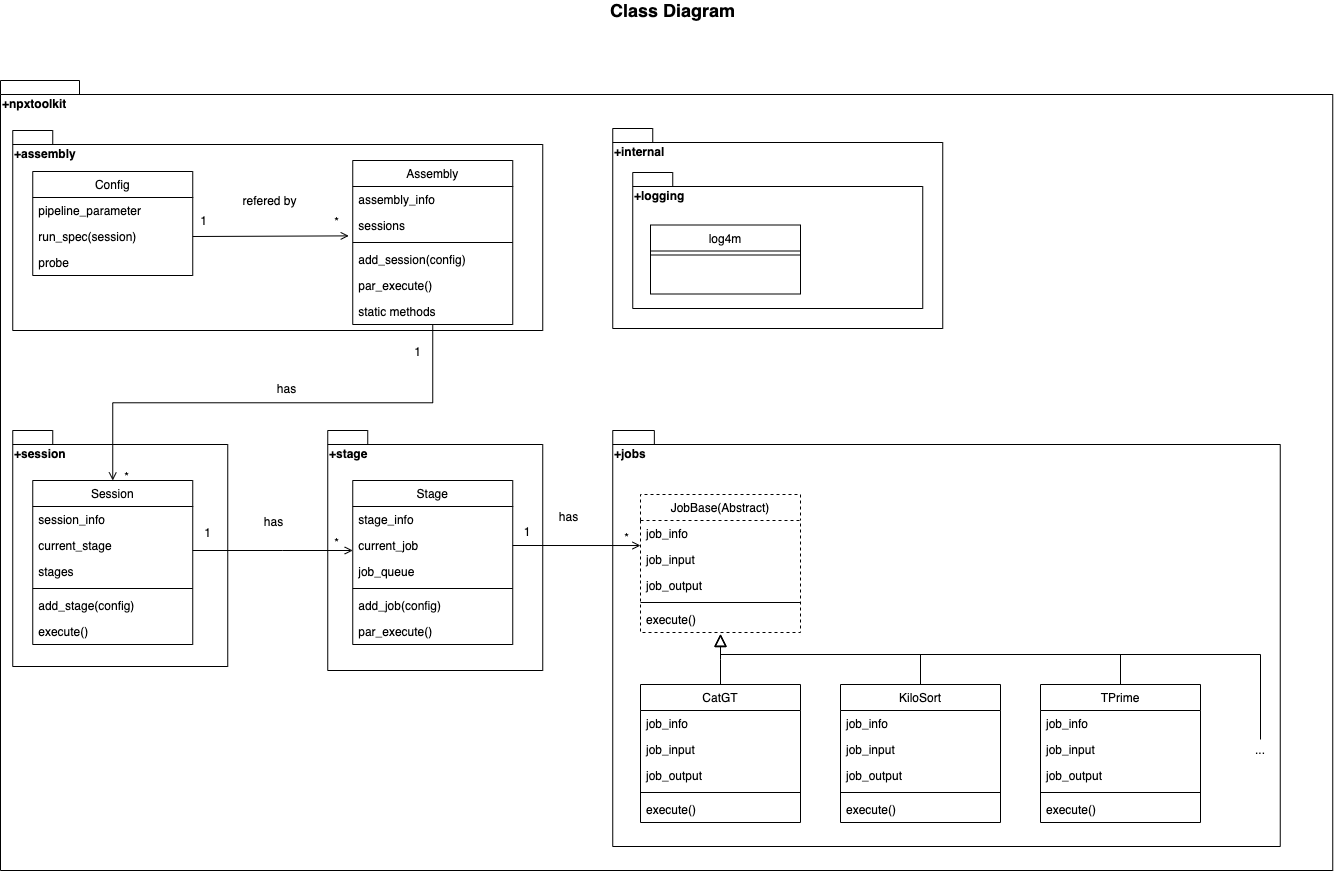
Before: docs/class_diagram.drawio.png, a diagram exported from draw.io (MATLAB-Community-Toolboxes-at-INCF/neuropixels-toolkit). Source tidied: cells renumbered, new cells last; positions are measured from the earlier drawing's top-left corner, leaving out a move shared by most shapes.
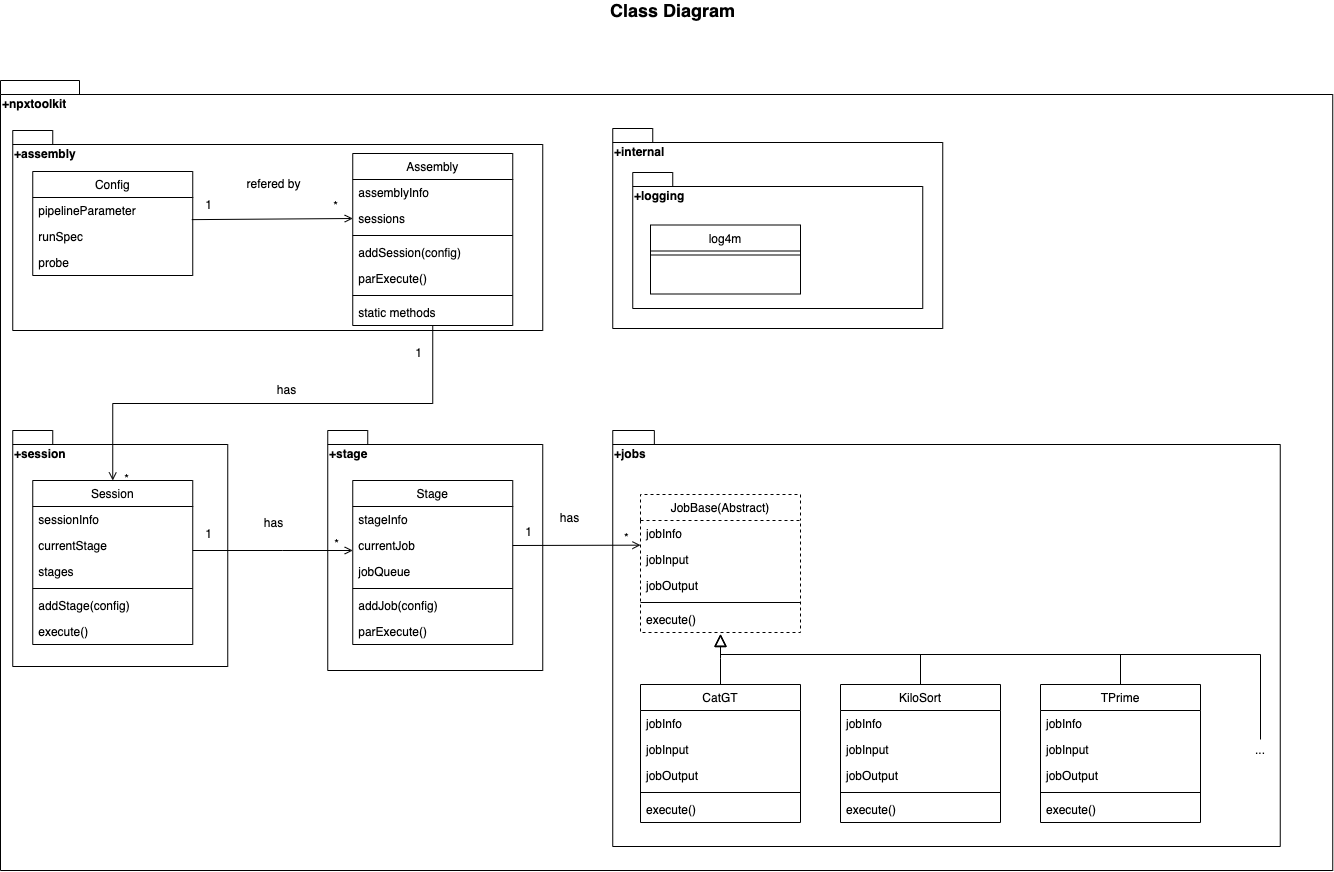
The same file after the commit.

Commit message:
update class/property/method with camelCase | fix few indent shift

The edit, as a diff of the source:
```diff
@@ -20,19 +20,19 @@
     <mxCell id="7" value="Config" style="swimlane;fontStyle=0;align=center;verticalAlign=top;horizontal=1;startSize=26;rounded=0;shadow=0;strokeWidth=1;" parent="1" vertex="1">
       <mxGeometry x="32.2" y="171" width="160" height="104" as="geometry" />
     </mxCell>
-    <mxCell id="8" value="pipeline_parameter" style="text;align=left;verticalAlign=top;spacingLeft=4;spacingRight=4;overflow=hidden;rounded=0;shadow=0;html=0;" parent="7" vertex="1">
+    <mxCell id="8" value="pipelineParameter" style="text;align=left;verticalAlign=top;spacingLeft=4;spacingRight=4;overflow=hidden;rounded=0;shadow=0;html=0;" parent="7" vertex="1">
       <mxGeometry y="26" width="160" height="26" as="geometry" />
     </mxCell>
-    <mxCell id="9" value="run_spec(session)" style="text;align=left;verticalAlign=top;spacingLeft=4;spacingRight=4;overflow=hidden;points=[[0,0.5],[1,0.5]];portConstraint=eastwest;rounded=0;shadow=0;html=0;" parent="7" vertex="1">
+    <mxCell id="9" value="runSpec" style="text;align=left;verticalAlign=top;spacingLeft=4;spacingRight=4;overflow=hidden;points=[[0,0.5],[1,0.5]];portConstraint=eastwest;rounded=0;shadow=0;html=0;" parent="7" vertex="1">
       <mxGeometry y="52" width="160" height="26" as="geometry" />
     </mxCell>
     <mxCell id="10" value="probe" style="text;align=left;verticalAlign=top;spacingLeft=4;spacingRight=4;overflow=hidden;rounded=0;shadow=0;html=0;" parent="7" vertex="1">
       <mxGeometry y="78" width="160" height="26" as="geometry" />
     </mxCell>
     <mxCell id="11" value="Assembly" style="swimlane;fontStyle=0;align=center;verticalAlign=top;horizontal=1;startSize=26;rounded=0;shadow=0;strokeWidth=1;" parent="1" vertex="1">
-      <mxGeometry x="352.2" y="160" width="160" height="164" as="geometry" />
+      <mxGeometry x="352.2" y="153" width="160" height="172" as="geometry" />
     </mxCell>
-    <mxCell id="12" value="assembly_info" style="text;align=left;verticalAlign=top;spacingLeft=4;spacingRight=4;overflow=hidden;rounded=0;shadow=0;html=0;" parent="11" vertex="1">
+    <mxCell id="12" value="assemblyInfo" style="text;align=left;verticalAlign=top;spacingLeft=4;spacingRight=4;overflow=hidden;rounded=0;shadow=0;html=0;" parent="11" vertex="1">
       <mxGeometry y="26" width="160" height="26" as="geometry" />
     </mxCell>
     <mxCell id="13" value="sessions" style="text;align=left;verticalAlign=top;spacingLeft=4;spacingRight=4;overflow=hidden;points=[[0,0.5],[1,0.5]];portConstraint=eastwest;rounded=0;shadow=0;html=0;" parent="11" vertex="1">
@@ -41,22 +41,25 @@
     <mxCell id="14" style="line;html=1;strokeWidth=1;align=left;verticalAlign=middle;spacingTop=-1;spacingLeft=3;spacingRight=3;labelPosition=right;" parent="11" vertex="1">
       <mxGeometry y="78" width="160" height="8" as="geometry" />
     </mxCell>
-    <mxCell id="15" value="add_session(config)" style="text;align=left;verticalAlign=top;spacingLeft=4;spacingRight=4;overflow=hidden;" parent="11" vertex="1">
+    <mxCell id="15" value="addSession(config)" style="text;align=left;verticalAlign=top;spacingLeft=4;spacingRight=4;overflow=hidden;" parent="11" vertex="1">
       <mxGeometry y="86" width="160" height="26" as="geometry" />
     </mxCell>
-    <mxCell id="16" value="par_execute()" style="text;align=left;verticalAlign=top;spacingLeft=4;spacingRight=4;overflow=hidden;" parent="11" vertex="1">
+    <mxCell id="16" value="parExecute()" style="text;align=left;verticalAlign=top;spacingLeft=4;spacingRight=4;overflow=hidden;" parent="11" vertex="1">
       <mxGeometry y="112" width="160" height="26" as="geometry" />
     </mxCell>
+    <mxCell id="82" style="line;html=1;strokeWidth=1;align=left;verticalAlign=middle;spacingTop=-1;spacingLeft=3;spacingRight=3;labelPosition=right;" parent="11" vertex="1">
+      <mxGeometry y="138" width="160" height="8" as="geometry" />
+    </mxCell>
     <mxCell id="17" value="static methods" style="text;align=left;verticalAlign=top;spacingLeft=4;spacingRight=4;overflow=hidden;" parent="11" vertex="1">
-      <mxGeometry y="138" width="160" height="26" as="geometry" />
+      <mxGeometry y="146" width="160" height="26" as="geometry" />
     </mxCell>
     <mxCell id="18" value="Session" style="swimlane;fontStyle=0;align=center;verticalAlign=top;horizontal=1;startSize=26;rounded=0;shadow=0;strokeWidth=1;" parent="1" vertex="1">
       <mxGeometry x="32.2" y="480" width="160" height="164" as="geometry" />
     </mxCell>
-    <mxCell id="19" value="session_info" style="text;align=left;verticalAlign=top;spacingLeft=4;spacingRight=4;overflow=hidden;rounded=0;shadow=0;html=0;" parent="18" vertex="1">
+    <mxCell id="19" value="sessionInfo" style="text;align=left;verticalAlign=top;spacingLeft=4;spacingRight=4;overflow=hidden;rounded=0;shadow=0;html=0;" parent="18" vertex="1">
       <mxGeometry y="26" width="160" height="26" as="geometry" />
     </mxCell>
-    <mxCell id="20" value="current_stage" style="text;align=left;verticalAlign=top;spacingLeft=4;spacingRight=4;overflow=hidden;rounded=0;shadow=0;html=0;" parent="18" vertex="1">
+    <mxCell id="20" value="currentStage" style="text;align=left;verticalAlign=top;spacingLeft=4;spacingRight=4;overflow=hidden;rounded=0;shadow=0;html=0;" parent="18" vertex="1">
       <mxGeometry y="52" width="160" height="26" as="geometry" />
     </mxCell>
     <mxCell id="21" value="stages" style="text;align=left;verticalAlign=top;spacingLeft=4;spacingRight=4;overflow=hidden;rounded=0;shadow=0;html=0;" parent="18" vertex="1">
@@ -65,7 +68,7 @@
     <mxCell id="22" style="line;html=1;strokeWidth=1;align=left;verticalAlign=middle;spacingTop=-1;spacingLeft=3;spacingRight=3;labelPosition=right;" parent="18" vertex="1">
       <mxGeometry y="104" width="160" height="8" as="geometry" />
     </mxCell>
-    <mxCell id="23" value="add_stage(config)" style="text;align=left;verticalAlign=top;spacingLeft=4;spacingRight=4;overflow=hidden;" parent="18" vertex="1">
+    <mxCell id="23" value="addStage(config)" style="text;align=left;verticalAlign=top;spacingLeft=4;spacingRight=4;overflow=hidden;" parent="18" vertex="1">
       <mxGeometry y="112" width="160" height="26" as="geometry" />
     </mxCell>
     <mxCell id="24" value="execute()" style="text;align=left;verticalAlign=top;spacingLeft=4;spacingRight=4;overflow=hidden;" parent="18" vertex="1">
@@ -74,25 +77,25 @@
     <mxCell id="25" value="Stage" style="swimlane;fontStyle=0;align=center;verticalAlign=top;horizontal=1;startSize=26;rounded=0;shadow=0;strokeWidth=1;" parent="1" vertex="1">
       <mxGeometry x="352.2" y="480" width="160" height="164" as="geometry" />
     </mxCell>
-    <mxCell id="26" value="stage_info" style="text;align=left;verticalAlign=top;spacingLeft=4;spacingRight=4;overflow=hidden;rounded=0;shadow=0;html=0;" parent="25" vertex="1">
+    <mxCell id="26" value="stageInfo" style="text;align=left;verticalAlign=top;spacingLeft=4;spacingRight=4;overflow=hidden;rounded=0;shadow=0;html=0;" parent="25" vertex="1">
       <mxGeometry y="26" width="160" height="26" as="geometry" />
     </mxCell>
-    <mxCell id="27" value="current_job" style="text;align=left;verticalAlign=top;spacingLeft=4;spacingRight=4;overflow=hidden;points=[[0,0.5],[1,0.5]];portConstraint=eastwest;rounded=0;shadow=0;html=0;" parent="25" vertex="1">
+    <mxCell id="27" value="currentJob" style="text;align=left;verticalAlign=top;spacingLeft=4;spacingRight=4;overflow=hidden;points=[[0,0.5],[1,0.5]];portConstraint=eastwest;rounded=0;shadow=0;html=0;" parent="25" vertex="1">
       <mxGeometry y="52" width="160" height="26" as="geometry" />
     </mxCell>
-    <mxCell id="28" value="job_queue" style="text;align=left;verticalAlign=top;spacingLeft=4;spacingRight=4;overflow=hidden;rounded=0;shadow=0;html=0;" parent="25" vertex="1">
+    <mxCell id="28" value="jobQueue" style="text;align=left;verticalAlign=top;spacingLeft=4;spacingRight=4;overflow=hidden;rounded=0;shadow=0;html=0;" parent="25" vertex="1">
       <mxGeometry y="78" width="160" height="26" as="geometry" />
     </mxCell>
     <mxCell id="29" style="line;html=1;strokeWidth=1;align=left;verticalAlign=middle;spacingTop=-1;spacingLeft=3;spacingRight=3;labelPosition=right;" parent="25" vertex="1">
       <mxGeometry y="104" width="160" height="8" as="geometry" />
     </mxCell>
-    <mxCell id="30" value="add_job(config)" style="text;align=left;verticalAlign=top;spacingLeft=4;spacingRight=4;overflow=hidden;" parent="25" vertex="1">
+    <mxCell id="30" value="addJob(config)" style="text;align=left;verticalAlign=top;spacingLeft=4;spacingRight=4;overflow=hidden;" parent="25" vertex="1">
       <mxGeometry y="112" width="160" height="26" as="geometry" />
     </mxCell>
-    <mxCell id="31" value="par_execute()" style="text;align=left;verticalAlign=top;spacingLeft=4;spacingRight=4;overflow=hidden;" parent="25" vertex="1">
+    <mxCell id="31" value="parExecute()" style="text;align=left;verticalAlign=top;spacingLeft=4;spacingRight=4;overflow=hidden;" parent="25" vertex="1">
       <mxGeometry y="138" width="160" height="26" as="geometry" />
     </mxCell>
-    <mxCell id="32" style="endArrow=open;shadow=0;strokeWidth=1;rounded=0;endFill=1;edgeStyle=elbowEdgeStyle;elbow=vertical;entryX=-0.025;entryY=0.899;entryDx=0;entryDy=0;exitX=1;exitY=0.5;exitDx=0;exitDy=0;entryPerimeter=0;" parent="1" edge="1" source="9" target="13">
+    <mxCell id="32" style="endArrow=open;shadow=0;strokeWidth=1;rounded=0;endFill=1;edgeStyle=elbowEdgeStyle;elbow=vertical;exitX=0.994;exitY=-0.149;exitDx=0;exitDy=0;entryX=0;entryY=0.5;entryDx=0;entryDy=0;exitPerimeter=0;" parent="1" edge="1" source="9" target="13">
       <mxGeometry x="0.5" y="41" relative="1" as="geometry">
         <mxPoint x="-40" y="32" as="offset" />
       </mxGeometry>
@@ -163,13 +166,13 @@
     <mxCell id="45" value="JobBase(Abstract)" style="swimlane;fontStyle=0;align=center;verticalAlign=top;horizontal=1;startSize=26;rounded=0;shadow=0;strokeWidth=1;dashed=1;" parent="1" vertex="1">
       <mxGeometry x="640" y="494" width="160" height="138" as="geometry" />
     </mxCell>
-    <mxCell id="46" value="job_info" style="text;align=left;verticalAlign=top;spacingLeft=4;spacingRight=4;overflow=hidden;rounded=0;shadow=0;html=0;" parent="45" vertex="1">
+    <mxCell id="46" value="jobInfo" style="text;align=left;verticalAlign=top;spacingLeft=4;spacingRight=4;overflow=hidden;rounded=0;shadow=0;html=0;" parent="45" vertex="1">
       <mxGeometry y="26" width="160" height="26" as="geometry" />
     </mxCell>
-    <mxCell id="47" value="job_input" style="text;align=left;verticalAlign=top;spacingLeft=4;spacingRight=4;overflow=hidden;rounded=0;shadow=0;html=0;" parent="45" vertex="1">
+    <mxCell id="47" value="jobInput" style="text;align=left;verticalAlign=top;spacingLeft=4;spacingRight=4;overflow=hidden;rounded=0;shadow=0;html=0;" parent="45" vertex="1">
       <mxGeometry y="52" width="160" height="26" as="geometry" />
     </mxCell>
-    <mxCell id="48" value="job_output" style="text;align=left;verticalAlign=top;spacingLeft=4;spacingRight=4;overflow=hidden;rounded=0;shadow=0;html=0;" parent="45" vertex="1">
+    <mxCell id="48" value="jobOutput" style="text;align=left;verticalAlign=top;spacingLeft=4;spacingRight=4;overflow=hidden;rounded=0;shadow=0;html=0;" parent="45" vertex="1">
       <mxGeometry y="78" width="160" height="26" as="geometry" />
     </mxCell>
     <mxCell id="49" style="line;html=1;strokeWidth=1;align=left;verticalAlign=middle;spacingTop=-1;spacingLeft=3;spacingRight=3;labelPosition=right;" parent="45" vertex="1">
@@ -181,13 +184,13 @@
     <mxCell id="51" value="CatGT" style="swimlane;fontStyle=0;align=center;verticalAlign=top;horizontal=1;startSize=26;rounded=0;shadow=0;strokeWidth=1;" parent="1" vertex="1">
       <mxGeometry x="640" y="684" width="160" height="138" as="geometry" />
     </mxCell>
-    <mxCell id="52" value="job_info" style="text;align=left;verticalAlign=top;spacingLeft=4;spacingRight=4;overflow=hidden;rounded=0;shadow=0;html=0;" parent="51" vertex="1">
+    <mxCell id="52" value="jobInfo" style="text;align=left;verticalAlign=top;spacingLeft=4;spacingRight=4;overflow=hidden;rounded=0;shadow=0;html=0;" parent="51" vertex="1">
       <mxGeometry y="26" width="160" height="26" as="geometry" />
     </mxCell>
-    <mxCell id="53" value="job_input" style="text;align=left;verticalAlign=top;spacingLeft=4;spacingRight=4;overflow=hidden;rounded=0;shadow=0;html=0;" parent="51" vertex="1">
+    <mxCell id="53" value="jobInput" style="text;align=left;verticalAlign=top;spacingLeft=4;spacingRight=4;overflow=hidden;rounded=0;shadow=0;html=0;" parent="51" vertex="1">
       <mxGeometry y="52" width="160" height="26" as="geometry" />
     </mxCell>
-    <mxCell id="54" value="job_output" style="text;align=left;verticalAlign=top;spacingLeft=4;spacingRight=4;overflow=hidden;rounded=0;shadow=0;html=0;" parent="51" vertex="1">
+    <mxCell id="54" value="jobOutput" style="text;align=left;verticalAlign=top;spacingLeft=4;spacingRight=4;overflow=hidden;rounded=0;shadow=0;html=0;" parent="51" vertex="1">
       <mxGeometry y="78" width="160" height="26" as="geometry" />
     </mxCell>
     <mxCell id="55" style="line;html=1;strokeWidth=1;align=left;verticalAlign=middle;spacingTop=-1;spacingLeft=3;spacingRight=3;labelPosition=right;" parent="51" vertex="1">
@@ -199,13 +202,13 @@
     <mxCell id="57" value="KiloSort" style="swimlane;fontStyle=0;align=center;verticalAlign=top;horizontal=1;startSize=26;rounded=0;shadow=0;strokeWidth=1;" parent="1" vertex="1">
       <mxGeometry x="840" y="684" width="160" height="138" as="geometry" />
     </mxCell>
-    <mxCell id="58" value="job_info" style="text;align=left;verticalAlign=top;spacingLeft=4;spacingRight=4;overflow=hidden;rounded=0;shadow=0;html=0;" parent="57" vertex="1">
+    <mxCell id="58" value="jobInfo" style="text;align=left;verticalAlign=top;spacingLeft=4;spacingRight=4;overflow=hidden;rounded=0;shadow=0;html=0;" parent="57" vertex="1">
       <mxGeometry y="26" width="160" height="26" as="geometry" />
     </mxCell>
-    <mxCell id="59" value="job_input" style="text;align=left;verticalAlign=top;spacingLeft=4;spacingRight=4;overflow=hidden;rounded=0;shadow=0;html=0;" parent="57" vertex="1">
+    <mxCell id="59" value="jobInput" style="text;align=left;verticalAlign=top;spacingLeft=4;spacingRight=4;overflow=hidden;rounded=0;shadow=0;html=0;" parent="57" vertex="1">
       <mxGeometry y="52" width="160" height="26" as="geometry" />
     </mxCell>
-    <mxCell id="60" value="job_output" style="text;align=left;verticalAlign=top;spacingLeft=4;spacingRight=4;overflow=hidden;rounded=0;shadow=0;html=0;" parent="57" vertex="1">
+    <mxCell id="60" value="jobOutput" style="text;align=left;verticalAlign=top;spacingLeft=4;spacingRight=4;overflow=hidden;rounded=0;shadow=0;html=0;" parent="57" vertex="1">
       <mxGeometry y="78" width="160" height="26" as="geometry" />
     </mxCell>
     <mxCell id="61" style="line;html=1;strokeWidth=1;align=left;verticalAlign=middle;spacingTop=-1;spacingLeft=3;spacingRight=3;labelPosition=right;" parent="57" vertex="1">
@@ -217,13 +220,13 @@
     <mxCell id="63" value="TPrime" style="swimlane;fontStyle=0;align=center;verticalAlign=top;horizontal=1;startSize=26;rounded=0;shadow=0;strokeWidth=1;" parent="1" vertex="1">
       <mxGeometry x="1040" y="684" width="160" height="138" as="geometry" />
     </mxCell>
-    <mxCell id="64" value="job_info" style="text;align=left;verticalAlign=top;spacingLeft=4;spacingRight=4;overflow=hidden;rounded=0;shadow=0;html=0;" parent="63" vertex="1">
+    <mxCell id="64" value="jobInfo" style="text;align=left;verticalAlign=top;spacingLeft=4;spacingRight=4;overflow=hidden;rounded=0;shadow=0;html=0;" parent="63" vertex="1">
       <mxGeometry y="26" width="160" height="26" as="geometry" />
     </mxCell>
-    <mxCell id="65" value="job_input" style="text;align=left;verticalAlign=top;spacingLeft=4;spacingRight=4;overflow=hidden;rounded=0;shadow=0;html=0;" parent="63" vertex="1">
+    <mxCell id="65" value="jobInput" style="text;align=left;verticalAlign=top;spacingLeft=4;spacingRight=4;overflow=hidden;rounded=0;shadow=0;html=0;" parent="63" vertex="1">
       <mxGeometry y="52" width="160" height="26" as="geometry" />
     </mxCell>
-    <mxCell id="66" value="job_output" style="text;align=left;verticalAlign=top;spacingLeft=4;spacingRight=4;overflow=hidden;rounded=0;shadow=0;html=0;" parent="63" vertex="1">
+    <mxCell id="66" value="jobOutput" style="text;align=left;verticalAlign=top;spacingLeft=4;spacingRight=4;overflow=hidden;rounded=0;shadow=0;html=0;" parent="63" vertex="1">
       <mxGeometry y="78" width="160" height="26" as="geometry" />
     </mxCell>
     <mxCell id="67" style="line;html=1;strokeWidth=1;align=left;verticalAlign=middle;spacingTop=-1;spacingLeft=3;spacingRight=3;labelPosition=right;" parent="63" vertex="1">
```
